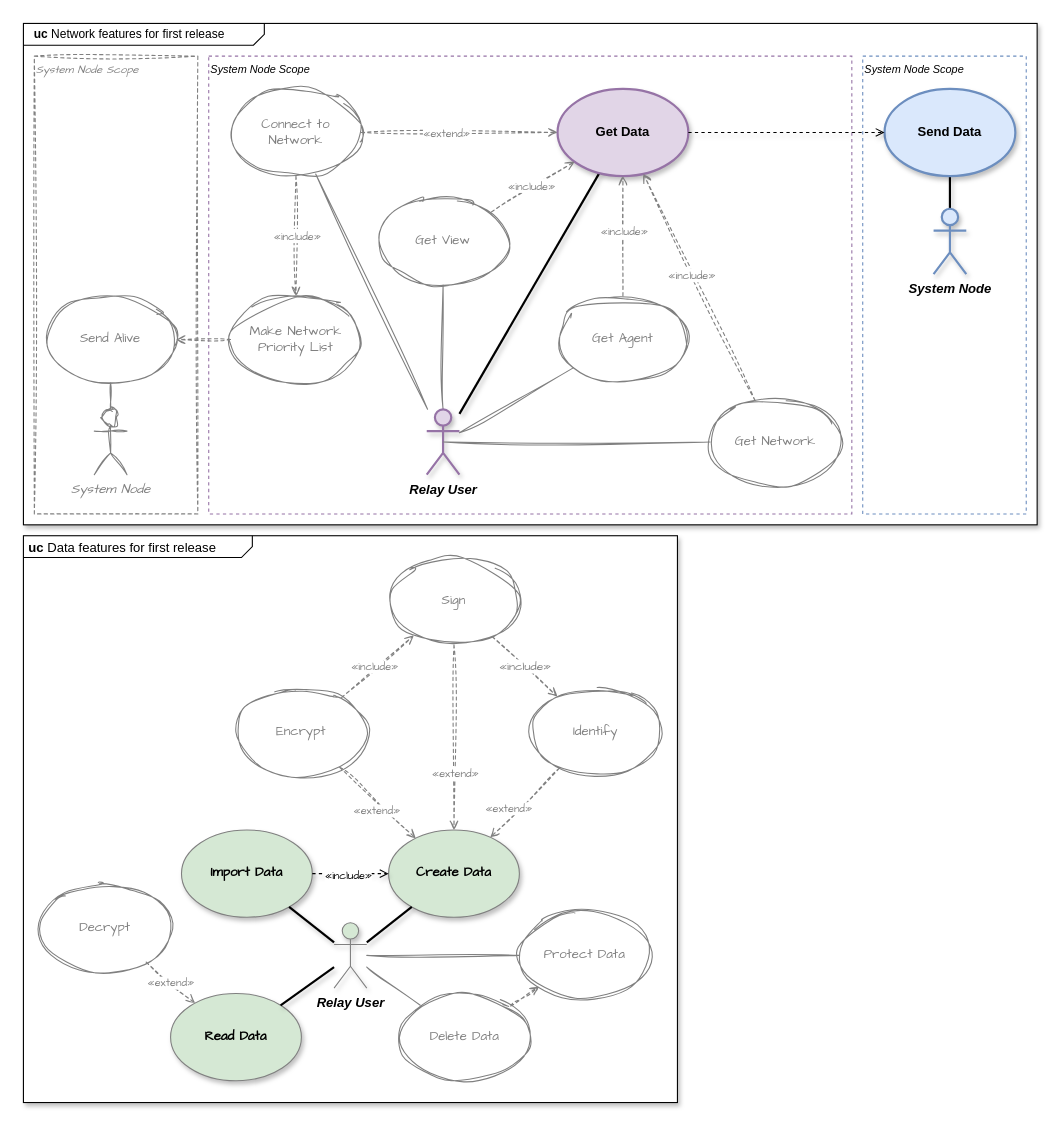
The draw.io diagram doc/release1.drawio in dhbmarcos/data-relay, before the edit. Source tidied: cells renumbered, new cells numbered last; positions are measured from the earlier drawing's top-left corner, leaving out a move shared by most shapes. Both pictures are drawn from the tidied source at 109%, with x=0, y=0 at pixel (23, 23).
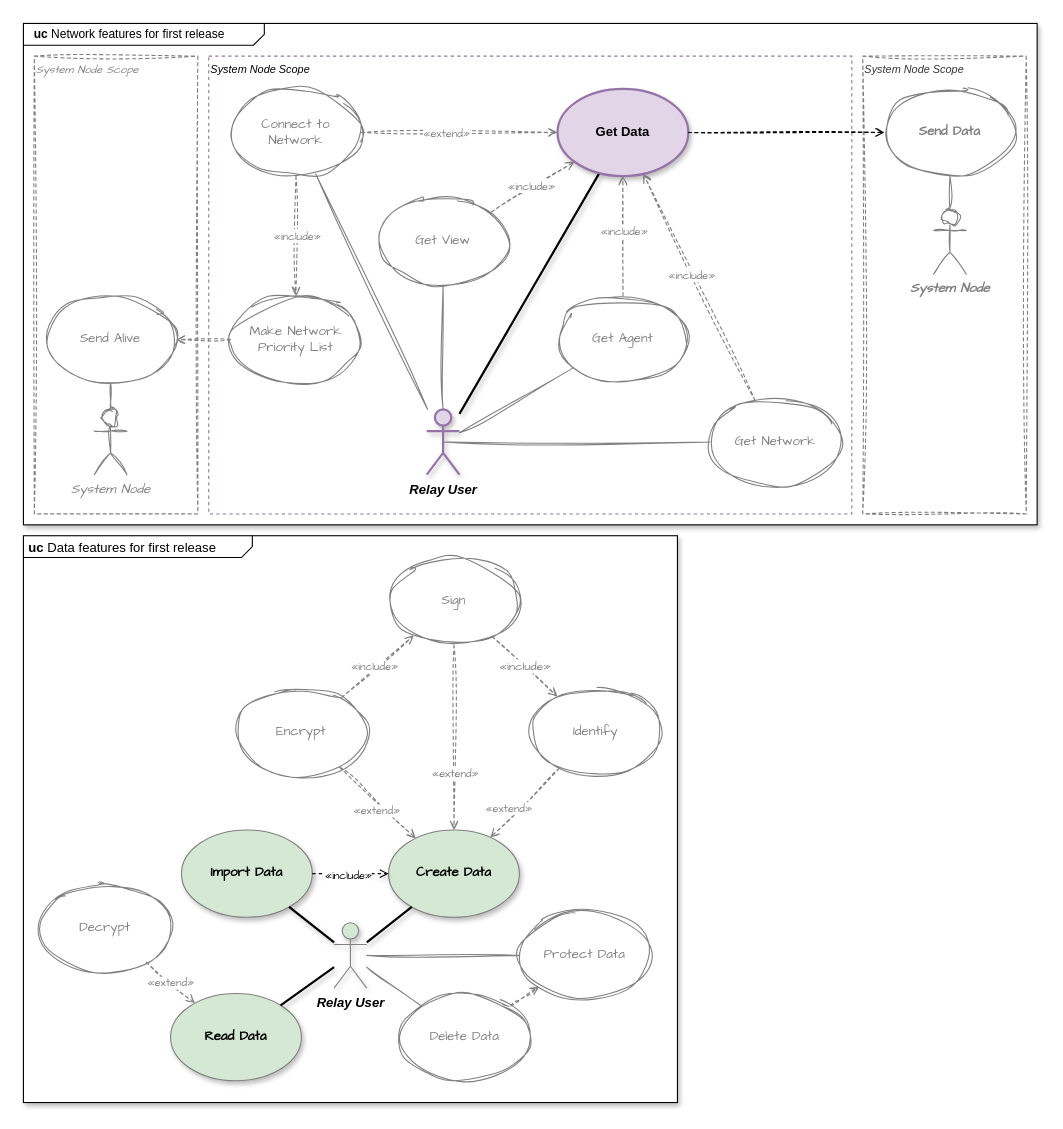
The same page after the edit.

The change refers to these unchanged cells:
```xml
<mxCell id="12" value="Get Data" style="ellipse;whiteSpace=wrap;html=1;fontStyle=1;strokeWidth=2;fontFamily=Helvetica;fillColor=#e1d5e7;strokeColor=#9673a6;shadow=1;" parent="1" vertex="1">
  <mxGeometry x="490" y="60" width="120" height="80" as="geometry" />
</mxCell>
```

Diff of the diagram source:
```diff
@@
-    <mxCell id="3" value="System Node Scope" style="rounded=0;whiteSpace=wrap;html=1;fontFamily=Helvetica;fontSize=10;labelBackgroundColor=default;dashed=1;verticalAlign=top;align=left;fontStyle=2;fillColor=none;strokeColor=#6c8ebf;strokeWidth=1;" parent="1" vertex="1">
+    <mxCell id="3" value="System Node Scope" style="rounded=0;whiteSpace=wrap;html=1;fontFamily=Helvetica;fontSize=10;labelBackgroundColor=default;dashed=1;verticalAlign=top;align=left;fontStyle=2;fillColor=none;strokeColor=#808080;strokeWidth=1;fontColor=#333333;sketch=1;curveFitting=1;jiggle=2;shadow=0;" parent="1" vertex="1">
       <mxGeometry x="770" y="30" width="150" height="420" as="geometry" />
     </mxCell>
@@
-    <mxCell id="17" style="rounded=0;jettySize=auto;html=1;endArrow=none;endFill=0;strokeWidth=2;fontFamily=Comic Sans MS;fillColor=#dae8fc;strokeColor=default;fontColor=#808080;shadow=1;" parent="1" edge="1" source="18" target="19">
+    <mxCell id="17" style="rounded=0;jettySize=auto;html=1;endArrow=none;endFill=0;strokeWidth=1;fontFamily=Comic Sans MS;fillColor=#f5f5f5;strokeColor=#808080;fontColor=#808080;shadow=0;sketch=1;curveFitting=1;jiggle=2;" parent="1" edge="1" source="18" target="19">
       <mxGeometry relative="1" as="geometry" />
     </mxCell>
-    <mxCell id="18" value="System Node" style="shape=umlActor;verticalLabelPosition=bottom;verticalAlign=top;html=1;outlineConnect=0;fontStyle=3;fontFamily=Helvetica;fillColor=#dae8fc;strokeColor=#6c8ebf;strokeWidth=2;shadow=1;" parent="1" vertex="1">
+    <mxCell id="18" value="System Node" style="shape=umlActor;verticalLabelPosition=bottom;verticalAlign=top;html=1;outlineConnect=0;fontStyle=3;fontFamily=Comic Sans MS;fillColor=none;strokeColor=#808080;strokeWidth=1;shadow=0;fontColor=#808080;sketch=1;curveFitting=1;jiggle=2;" parent="1" vertex="1">
       <mxGeometry x="835" y="170" width="30" height="60" as="geometry" />
     </mxCell>
-    <mxCell id="19" value="Send Data" style="ellipse;whiteSpace=wrap;html=1;fontStyle=1;strokeWidth=2;fontFamily=Helvetica;fillColor=#dae8fc;strokeColor=#6c8ebf;shadow=1;" parent="1" vertex="1">
+    <mxCell id="19" value="Send Data" style="ellipse;whiteSpace=wrap;html=1;fontStyle=1;strokeWidth=1;fontFamily=Comic Sans MS;fillColor=none;strokeColor=#808080;shadow=0;fontColor=#808080;sketch=1;curveFitting=1;jiggle=2;" parent="1" vertex="1">
       <mxGeometry x="790" y="60" width="120" height="80" as="geometry" />
     </mxCell>
@@
-    <mxCell id="26" style="edgeStyle=none;rounded=0;jettySize=auto;html=1;strokeColor=default;align=center;verticalAlign=middle;fontFamily=Comic Sans MS;fontSize=11;fontColor=#808080;labelBackgroundColor=default;endArrow=open;endFill=0;dashed=1;fillColor=#e1d5e7;strokeWidth=1;shadow=1;" parent="1" edge="1" source="12" target="19">
+    <mxCell id="26" style="edgeStyle=none;rounded=0;jettySize=auto;html=1;strokeColor=default;align=center;verticalAlign=middle;fontFamily=Comic Sans MS;fontSize=11;fontColor=#808080;labelBackgroundColor=default;endArrow=open;endFill=0;dashed=1;fillColor=#e1d5e7;strokeWidth=1;shadow=0;sketch=1;curveFitting=1;jiggle=2;" parent="1" edge="1" source="12" target="19">
       <mxGeometry relative="1" as="geometry" />
     </mxCell>
```
